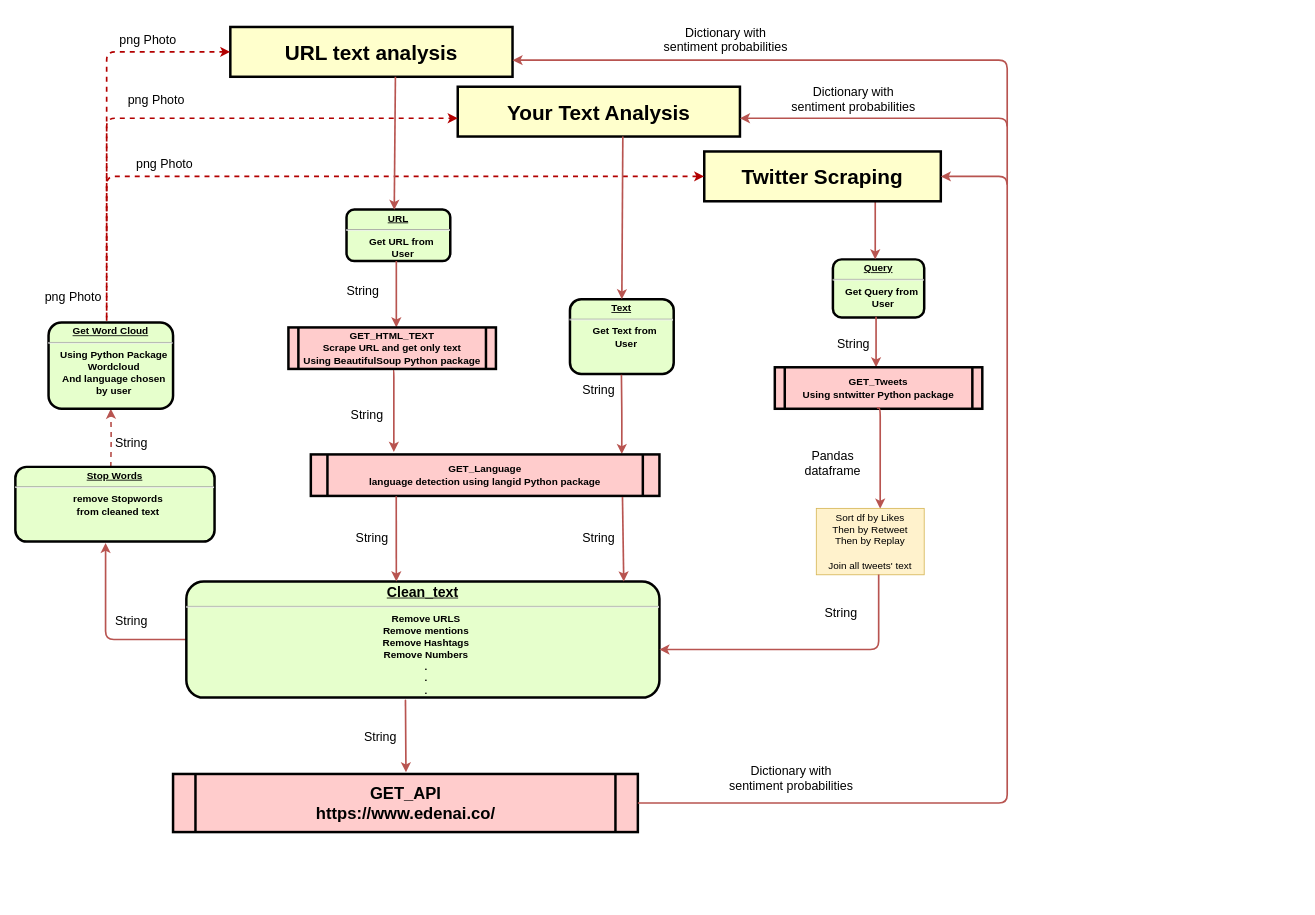
The draw.io diagram ressources/Diagramme sans nom.drawio in emaddar/Django_Twetter_and_text_sentiment_analysis_api, before the edit. Source tidied: cells renumbered, new cells numbered last; positions are measured from the earlier drawing's top-left corner, leaving out a move shared by most shapes. Both pictures are drawn from the tidied source at 83%, with x=0, y=0 at pixel (15, 27).
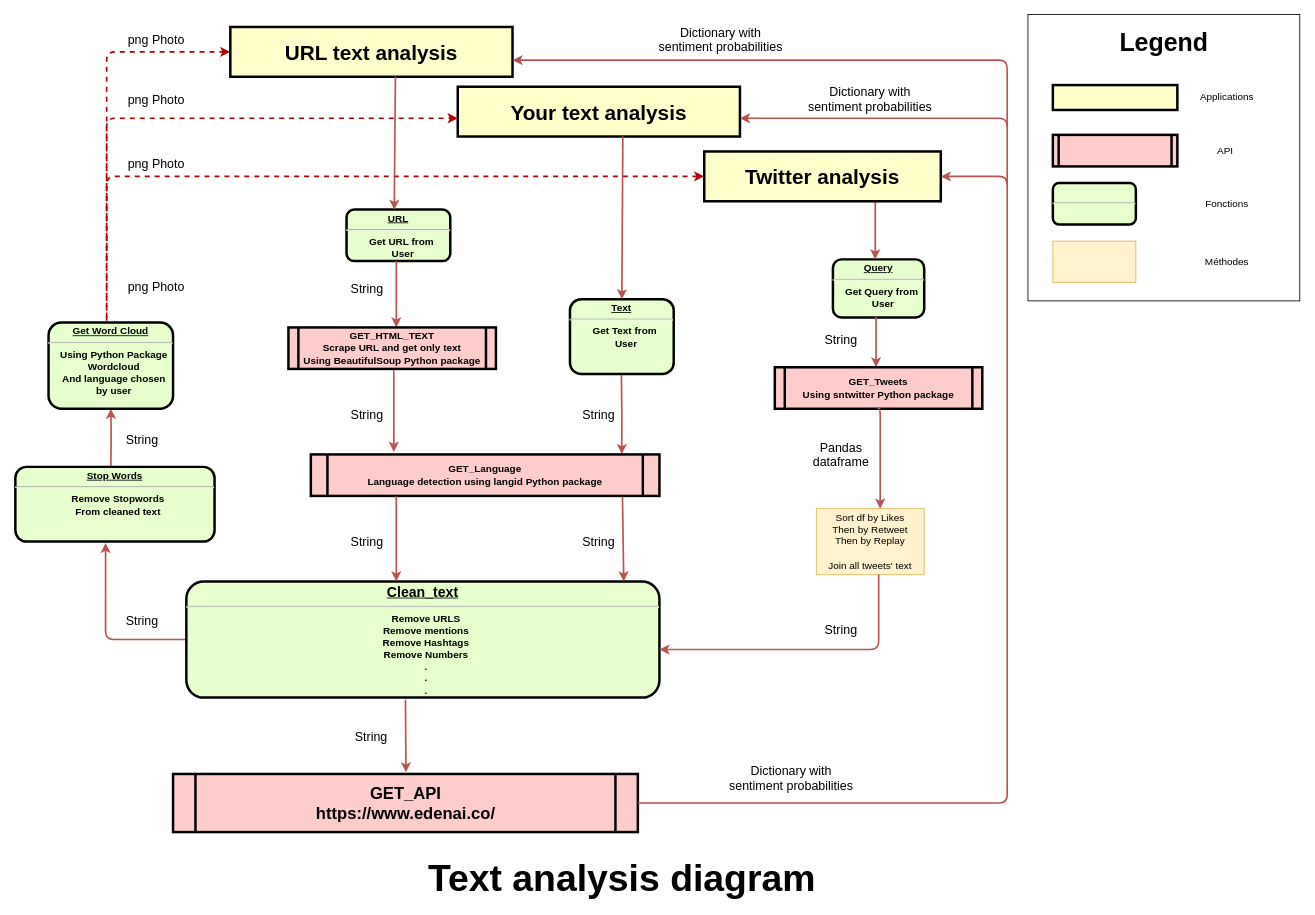
The same diagram, later.

Commit message:
Mettre à jour Diagramme sans nom.drawio

Unchanged cells that the change refers to:
```xml
<mxCell id="21" value="&lt;p style=&quot;margin: 0px; margin-top: 4px; text-align: center; text-decoration: underline;&quot;&gt;&lt;strong&gt;&lt;strong&gt;Get Word Cloud&lt;/strong&gt;&lt;br&gt;&lt;/strong&gt;&lt;/p&gt;&lt;hr&gt;&lt;p style=&quot;margin: 0px; margin-left: 8px;&quot;&gt;Using Python Package&lt;br&gt;Wordcloud&lt;br&gt;And language&amp;nbsp;chosen&lt;br&gt;by user&lt;/p&gt;" style="verticalAlign=middle;align=center;overflow=fill;fontSize=12;fontFamily=Helvetica;html=1;rounded=1;fontStyle=1;strokeWidth=3;fillColor=#E6FFCC;" parent="1" vertex="1">
  <mxGeometry x="40" y="356" width="150" height="104" as="geometry" />
</mxCell>
```

Change to the diagram source:
```diff
@@
+    <mxCell id="54" style="rounded=0;whiteSpace=wrap;html=1;fontSize=8;" parent="1" vertex="1">
+      <mxGeometry x="1220" y="-15" width="327.5" height="345" as="geometry" />
+    </mxCell>
@@
-    <mxCell id="5" value="Twitter Scraping" style="whiteSpace=wrap;align=center;verticalAlign=middle;fontStyle=1;strokeWidth=3;fillColor=#FFFFCC;fontSize=25;" parent="1" vertex="1">
+    <mxCell id="5" value="Twitter analysis" style="whiteSpace=wrap;align=center;verticalAlign=middle;fontStyle=1;strokeWidth=3;fillColor=#FFFFCC;fontSize=25;" parent="1" vertex="1">
       <mxGeometry x="830" y="150" width="285" height="60" as="geometry" />
     </mxCell>
@@
     <mxCell id="8" value="&lt;font style=&quot;font-size: 15px;&quot;&gt;String&lt;/font&gt;" style="text;html=1;strokeColor=none;fillColor=none;align=center;verticalAlign=middle;whiteSpace=wrap;rounded=0;" parent="1" vertex="1">
-      <mxGeometry x="980" y="366" width="60" height="30" as="geometry" />
+      <mxGeometry x="965" y="362" width="60" height="30" as="geometry" />
     </mxCell>
@@
     <mxCell id="10" value="&lt;font style=&quot;font-size: 15px;&quot;&gt;Pandas dataframe&lt;/font&gt;" style="text;html=1;strokeColor=none;fillColor=none;align=center;verticalAlign=middle;whiteSpace=wrap;rounded=0;" parent="1" vertex="1">
-      <mxGeometry x="945" y="510" width="80" height="30" as="geometry" />
+      <mxGeometry x="955" y="500" width="80" height="30" as="geometry" />
     </mxCell>
@@
-    <mxCell id="17" style="edgeStyle=orthogonalEdgeStyle;rounded=1;jettySize=auto;html=1;dashed=1;strokeColor=#B85450;strokeWidth=2;fontSize=20;" parent="1" edge="1" target="21">
+    <mxCell id="17" style="edgeStyle=orthogonalEdgeStyle;rounded=1;jettySize=auto;html=1;strokeColor=#B85450;strokeWidth=2;fontSize=20;" parent="1" edge="1" target="21">
       <mxGeometry relative="1" as="geometry">
         <mxPoint x="115" y="530" as="sourcePoint" />
       </mxGeometry>
     </mxCell>
-    <mxCell id="18" value="&lt;p style=&quot;margin: 0px; margin-top: 4px; text-align: center; text-decoration: underline;&quot;&gt;&lt;strong&gt;&lt;strong&gt;Stop Words&lt;/strong&gt;&lt;br&gt;&lt;/strong&gt;&lt;/p&gt;&lt;hr&gt;&lt;p style=&quot;margin: 0px; margin-left: 8px;&quot;&gt;remove Stopwords &lt;br&gt;from cleaned text&lt;br&gt;&lt;/p&gt;" style="verticalAlign=middle;align=center;overflow=fill;fontSize=12;fontFamily=Helvetica;html=1;rounded=1;fontStyle=1;strokeWidth=3;fillColor=#E6FFCC;" parent="1" vertex="1">
+    <mxCell id="18" value="&lt;p style=&quot;margin: 0px; margin-top: 4px; text-align: center; text-decoration: underline;&quot;&gt;&lt;strong&gt;&lt;strong&gt;Stop Words&lt;/strong&gt;&lt;br&gt;&lt;/strong&gt;&lt;/p&gt;&lt;hr&gt;&lt;p style=&quot;margin: 0px; margin-left: 8px;&quot;&gt;Remove Stopwords &lt;br&gt;From cleaned text&lt;br&gt;&lt;/p&gt;" style="verticalAlign=middle;align=center;overflow=fill;fontSize=12;fontFamily=Helvetica;html=1;rounded=1;fontStyle=1;strokeWidth=3;fillColor=#E6FFCC;" parent="1" vertex="1">
       <mxGeometry y="530" width="240" height="90" as="geometry" />
     </mxCell>
@@
     <mxCell id="22" value="&lt;font style=&quot;font-size: 15px;&quot;&gt;png Photo&lt;/font&gt;" style="text;html=1;strokeColor=none;fillColor=none;align=center;verticalAlign=middle;whiteSpace=wrap;rounded=0;strokeWidth=3;" parent="1" vertex="1">
-      <mxGeometry x="140" y="150" width="80" height="30" as="geometry" />
+      <mxGeometry x="130" y="150" width="80" height="30" as="geometry" />
     </mxCell>
     <mxCell id="23" value="&lt;font style=&quot;font-size: 15px;&quot;&gt;String&lt;/font&gt;" style="text;html=1;strokeColor=none;fillColor=none;align=center;verticalAlign=middle;whiteSpace=wrap;rounded=0;" parent="1" vertex="1">
-      <mxGeometry x="965" y="690" width="60" height="30" as="geometry" />
+      <mxGeometry x="965" y="711" width="60" height="30" as="geometry" />
     </mxCell>
     <mxCell id="24" value="&lt;font style=&quot;font-size: 15px;&quot;&gt;String&lt;/font&gt;" style="text;html=1;strokeColor=none;fillColor=none;align=center;verticalAlign=middle;whiteSpace=wrap;rounded=0;" parent="1" vertex="1">
-      <mxGeometry x="410" y="840" width="60" height="30" as="geometry" />
+      <mxGeometry x="399" y="840" width="60" height="30" as="geometry" />
     </mxCell>
-    <mxCell id="25" value="Your Text Analysis" style="whiteSpace=wrap;align=center;verticalAlign=middle;fontStyle=1;strokeWidth=3;fillColor=#FFFFCC;fontSize=25;" parent="1" vertex="1">
+    <mxCell id="25" value="Your text analysis" style="whiteSpace=wrap;align=center;verticalAlign=middle;fontStyle=1;strokeWidth=3;fillColor=#FFFFCC;fontSize=25;" parent="1" vertex="1">
       <mxGeometry x="533" y="72" width="340" height="60" as="geometry" />
     </mxCell>
@@
     <mxCell id="27" value="&lt;font style=&quot;font-size: 15px;&quot;&gt;String&lt;/font&gt;" style="text;html=1;strokeColor=none;fillColor=none;align=center;verticalAlign=middle;whiteSpace=wrap;rounded=0;" parent="1" vertex="1">
-      <mxGeometry x="673" y="422" width="60" height="30" as="geometry" />
+      <mxGeometry x="673" y="452" width="60" height="30" as="geometry" />
     </mxCell>
@@
-    <mxCell id="30" value="GET_Language&#10;language detection using langid Python package" style="shape=process;whiteSpace=wrap;align=center;verticalAlign=middle;size=0.0475;fontStyle=1;strokeWidth=3;fillColor=#FFCCCC;" parent="1" vertex="1">
+    <mxCell id="30" value="GET_Language&#10;Language detection using langid Python package" style="shape=process;whiteSpace=wrap;align=center;verticalAlign=middle;size=0.0475;fontStyle=1;strokeWidth=3;fillColor=#FFCCCC;" parent="1" vertex="1">
       <mxGeometry x="356" y="515" width="420" height="50" as="geometry" />
     </mxCell>
@@
     <mxCell id="32" value="&lt;font style=&quot;font-size: 15px;&quot;&gt;String&lt;/font&gt;" style="text;html=1;strokeColor=none;fillColor=none;align=center;verticalAlign=middle;whiteSpace=wrap;rounded=0;" parent="1" vertex="1">
-      <mxGeometry x="673" y="600" width="60" height="30" as="geometry" />
+      <mxGeometry x="673" y="605" width="60" height="30" as="geometry" />
     </mxCell>
@@
     <mxCell id="34" value="&lt;font style=&quot;font-size: 15px;&quot;&gt;Dictionary with sentiment probabilities&lt;/font&gt;" style="text;html=1;strokeColor=none;fillColor=none;align=center;verticalAlign=middle;whiteSpace=wrap;rounded=0;" parent="1" vertex="1">
-      <mxGeometry x="930" y="72" width="160" height="30" as="geometry" />
+      <mxGeometry x="950" y="72" width="160" height="30" as="geometry" />
     </mxCell>
@@
     <mxCell id="41" value="&lt;font style=&quot;font-size: 15px;&quot;&gt;String&lt;/font&gt;" style="text;html=1;strokeColor=none;fillColor=none;align=center;verticalAlign=middle;whiteSpace=wrap;rounded=0;" parent="1" vertex="1">
-      <mxGeometry x="400" y="600" width="60" height="30" as="geometry" />
+      <mxGeometry x="394.2" y="605" width="60" height="30" as="geometry" />
     </mxCell>
@@
     <mxCell id="44" value="&lt;font style=&quot;font-size: 15px;&quot;&gt;String&lt;/font&gt;" style="text;html=1;strokeColor=none;fillColor=none;align=center;verticalAlign=middle;whiteSpace=wrap;rounded=0;" parent="1" vertex="1">
-      <mxGeometry x="389" y="302" width="60" height="30" as="geometry" />
+      <mxGeometry x="394.2" y="300" width="60" height="30" as="geometry" />
     </mxCell>
@@
     <mxCell id="46" value="&lt;font style=&quot;font-size: 15px;&quot;&gt;Dictionary with sentiment probabilities&lt;/font&gt;" style="text;html=1;strokeColor=none;fillColor=none;align=center;verticalAlign=middle;whiteSpace=wrap;rounded=0;" parent="1" vertex="1">
-      <mxGeometry x="776" width="160" height="30" as="geometry" />
+      <mxGeometry x="770" width="160" height="30" as="geometry" />
     </mxCell>
@@
     <mxCell id="49" value="&lt;font style=&quot;font-size: 15px;&quot;&gt;String&lt;/font&gt;" style="text;html=1;strokeColor=none;fillColor=none;align=center;verticalAlign=middle;whiteSpace=wrap;rounded=0;" parent="1" vertex="1">
-      <mxGeometry x="110" y="700" width="60" height="30" as="geometry" />
+      <mxGeometry x="123" y="700" width="60" height="30" as="geometry" />
     </mxCell>
     <mxCell id="50" value="&lt;font style=&quot;font-size: 15px;&quot;&gt;String&lt;/font&gt;" style="text;html=1;strokeColor=none;fillColor=none;align=center;verticalAlign=middle;whiteSpace=wrap;rounded=0;" parent="1" vertex="1">
-      <mxGeometry x="110" y="485" width="60" height="30" as="geometry" />
+      <mxGeometry x="123" y="482" width="60" height="30" as="geometry" />
     </mxCell>
     <mxCell id="51" value="&lt;font style=&quot;font-size: 15px;&quot;&gt;png Photo&lt;/font&gt;" style="text;html=1;strokeColor=none;fillColor=none;align=center;verticalAlign=middle;whiteSpace=wrap;rounded=0;strokeWidth=3;" parent="1" vertex="1">
-      <mxGeometry x="30" y="310" width="80" height="30" as="geometry" />
+      <mxGeometry x="130" y="298" width="80" height="30" as="geometry" />
     </mxCell>
@@
     <mxCell id="53" value="&lt;font style=&quot;font-size: 15px;&quot;&gt;png Photo&lt;/font&gt;" style="text;html=1;strokeColor=none;fillColor=none;align=center;verticalAlign=middle;whiteSpace=wrap;rounded=0;strokeWidth=3;" parent="1" vertex="1">
-      <mxGeometry x="120" width="80" height="30" as="geometry" />
+      <mxGeometry x="130" width="80" height="30" as="geometry" />
     </mxCell>
+    <mxCell id="55" style="whiteSpace=wrap;align=center;verticalAlign=middle;fontStyle=1;strokeWidth=3;fillColor=#FFFFCC;fontSize=12;" parent="1" vertex="1">
+      <mxGeometry x="1250" y="70" width="150" height="30" as="geometry" />
+    </mxCell>
+    <mxCell id="56" value="&lt;p style=&quot;margin: 4px 0px 0px; text-align: center; text-decoration: underline;&quot;&gt;&lt;font style=&quot;font-size: 12px;&quot;&gt;&lt;strong&gt;&lt;br&gt;&lt;/strong&gt;&lt;/font&gt;&lt;/p&gt;&lt;hr&gt;&lt;p style=&quot;margin: 0px 0px 0px 8px;&quot;&gt;&lt;font style=&quot;font-size: 12px;&quot;&gt;&amp;nbsp;&amp;nbsp;&lt;br&gt;&lt;/font&gt;&lt;/p&gt;" style="verticalAlign=middle;align=center;overflow=fill;fontSize=12;fontFamily=Helvetica;html=1;rounded=1;fontStyle=1;strokeWidth=3;fillColor=#E6FFCC;" parent="1" vertex="1">
+      <mxGeometry x="1250" y="188" width="100" height="50" as="geometry" />
+    </mxCell>
+    <mxCell id="57" style="shape=process;whiteSpace=wrap;align=center;verticalAlign=middle;size=0.0475;fontStyle=1;strokeWidth=3;fillColor=#FFCCCC;fontSize=12;" parent="1" vertex="1">
+      <mxGeometry x="1250" y="130" width="150" height="38" as="geometry" />
+    </mxCell>
+    <mxCell id="58" style="html=1;whiteSpace=wrap;fillColor=#fff2cc;strokeColor=#d6b656;" parent="1" vertex="1">
+      <mxGeometry x="1250" y="258" width="100" height="50" as="geometry" />
+    </mxCell>
+    <mxCell id="59" value="Applications" style="text;html=1;strokeColor=none;fillColor=none;align=center;verticalAlign=middle;whiteSpace=wrap;rounded=0;" parent="1" vertex="1">
+      <mxGeometry x="1380" y="70" width="160" height="30" as="geometry" />
+    </mxCell>
+    <mxCell id="60" value="API" style="text;html=1;strokeColor=none;fillColor=none;align=center;verticalAlign=middle;whiteSpace=wrap;rounded=0;" parent="1" vertex="1">
+      <mxGeometry x="1377.5" y="134" width="160" height="30" as="geometry" />
+    </mxCell>
+    <mxCell id="61" value="Fonctions" style="text;html=1;strokeColor=none;fillColor=none;align=center;verticalAlign=middle;whiteSpace=wrap;rounded=0;" parent="1" vertex="1">
+      <mxGeometry x="1380" y="198" width="160" height="30" as="geometry" />
+    </mxCell>
+    <mxCell id="62" value="Méthodes" style="text;html=1;strokeColor=none;fillColor=none;align=center;verticalAlign=middle;whiteSpace=wrap;rounded=0;" parent="1" vertex="1">
+      <mxGeometry x="1380" y="268" width="160" height="30" as="geometry" />
+    </mxCell>
+    <mxCell id="63" value="&lt;font size=&quot;1&quot;&gt;&lt;b style=&quot;font-size: 30px;&quot;&gt;Legend&lt;/b&gt;&lt;/font&gt;" style="text;html=1;strokeColor=none;fillColor=none;align=center;verticalAlign=middle;whiteSpace=wrap;rounded=0;" parent="1" vertex="1">
+      <mxGeometry x="1303.8" y="4" width="160" height="30" as="geometry" />
+    </mxCell>
+    <mxCell id="64" value="&lt;font style=&quot;font-size: 45px;&quot;&gt;&lt;b&gt;&lt;font style=&quot;font-size: 45px;&quot;&gt;Text analysis diagram&lt;/font&gt;&lt;/b&gt;&lt;/font&gt;" style="text;html=1;strokeColor=none;fillColor=none;align=center;verticalAlign=middle;whiteSpace=wrap;rounded=0;" parent="1" vertex="1">
+      <mxGeometry x="90.8" y="1010" width="1280" height="30" as="geometry" />
+    </mxCell>
```
